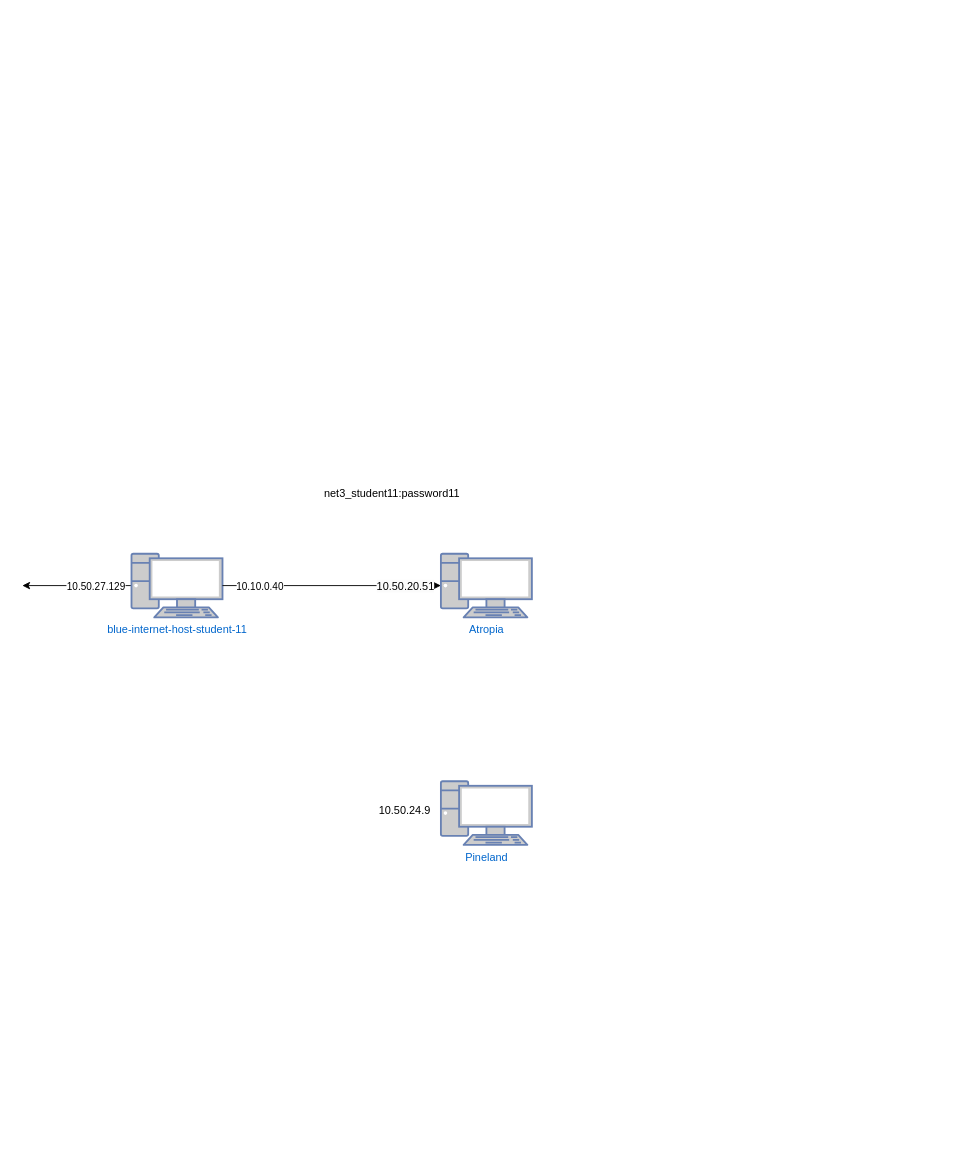
Above: CCTC/NET/Tunnels_Training.drawio in wifi96h/new (draw.io), before the change. Source tidied: cells renumbered, new cells numbered last; positions are measured from the earlier drawing's top-left corner, leaving out a move shared by most shapes. Both pictures are drawn from the tidied source at 91%, with x=0, y=0 at pixel (22, 480).
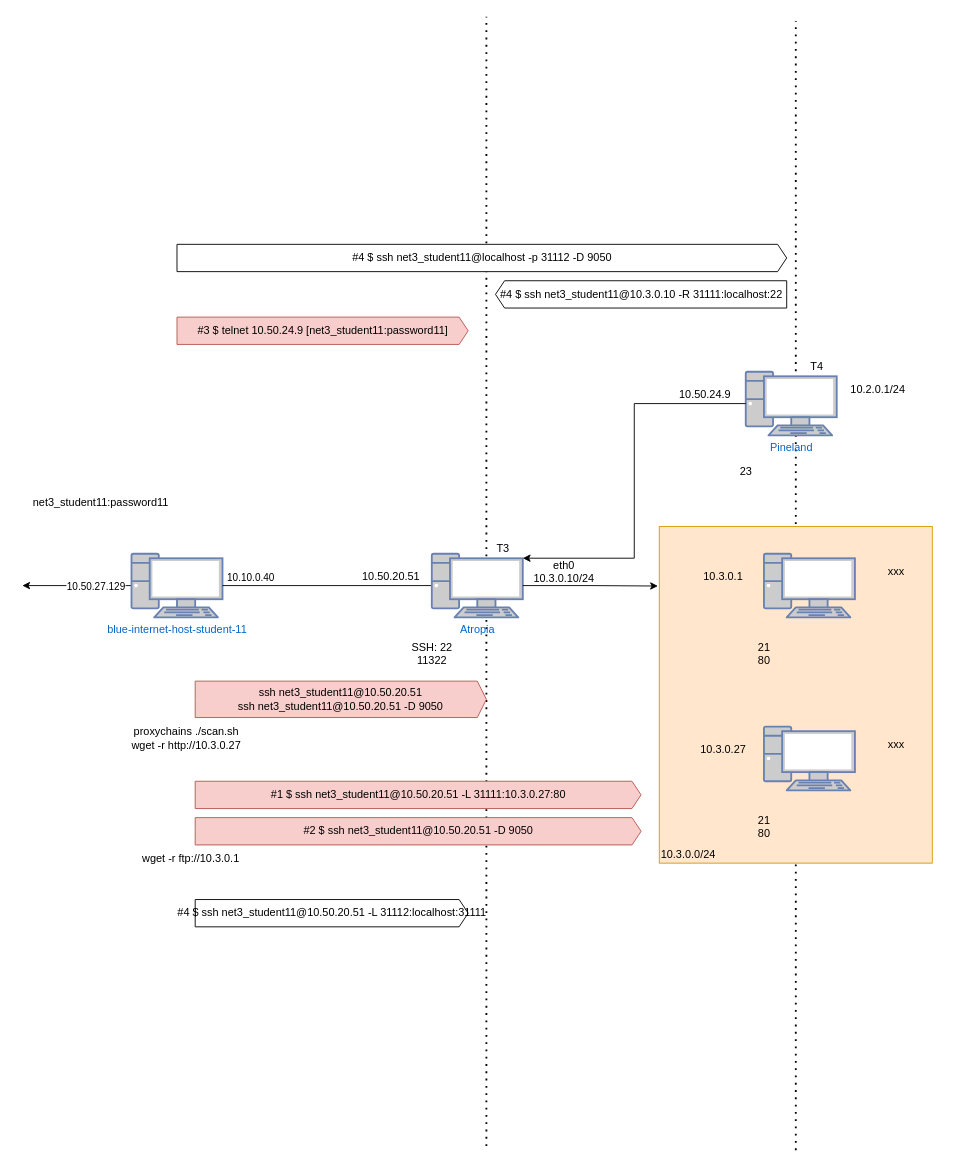
After the change.

The change refers to these unchanged cells:
```xml
<mxCell id="5" value="blue-internet-host-student-11" style="fontColor=#0066CC;verticalAlign=top;verticalLabelPosition=bottom;labelPosition=center;align=center;html=1;outlineConnect=0;fillColor=#CCCCCC;strokeColor=#6881B3;gradientColor=none;gradientDirection=north;strokeWidth=2;shape=mxgraph.networks.pc;" parent="1" vertex="1">
  <mxGeometry x="120" y="80" width="100" height="70" as="geometry" />
</mxCell>
```

Diff of the diagram source:
```diff
@@
-    <mxCell id="2" value="Atropia&lt;div&gt;&lt;br&gt;&lt;/div&gt;" style="fontColor=#0066CC;verticalAlign=top;verticalLabelPosition=bottom;labelPosition=center;align=center;html=1;outlineConnect=0;fillColor=#CCCCCC;strokeColor=#6881B3;gradientColor=none;gradientDirection=north;strokeWidth=2;shape=mxgraph.networks.pc;" parent="1" vertex="1">
-      <mxGeometry x="460" y="80" width="100" height="70" as="geometry" />
-    </mxCell>
+    <mxCell id="12" style="endArrow=none;dashed=1;html=1;dashPattern=1 3;strokeWidth=2;rounded=0;" parent="1" edge="1">
+      <mxGeometry relative="1" as="geometry">
+        <mxPoint x="850" y="735.4" as="sourcePoint" />
+        <mxPoint x="850" y="-505.4" as="targetPoint" />
+      </mxGeometry>
+    </mxCell>
+    <mxCell id="13" style="endArrow=none;dashed=1;html=1;dashPattern=1 3;strokeWidth=2;rounded=0;" parent="1" edge="1">
+      <mxGeometry relative="1" as="geometry">
+        <mxPoint x="510" y="730.8" as="sourcePoint" />
+        <mxPoint x="510" y="-510" as="targetPoint" />
+      </mxGeometry>
+    </mxCell>
+    <mxCell id="14" value="&#10;10.3.0.0/24" style="rounded=0;verticalAlign=bottom;align=left;fillColor=#ffe6cc;strokeColor=#d79b00;" parent="1" vertex="1">
+      <mxGeometry x="700" y="50" width="300" height="370" as="geometry" />
+    </mxCell>
@@
-    <mxCell id="6" style="edgeStyle=orthogonalEdgeStyle;rounded=0;jettySize=auto;html=1;exitX=1;exitY=0.5;exitDx=0;exitDy=0;exitPerimeter=0;entryX=0;entryY=0.5;entryDx=0;entryDy=0;entryPerimeter=0;" parent="1" edge="1" source="5" target="2">
+    <mxCell id="6" style="edgeStyle=orthogonalEdgeStyle;rounded=0;jettySize=auto;html=1;exitX=1;exitY=0.5;exitDx=0;exitDy=0;exitPerimeter=0;endArrow=none;endFill=0;" parent="1" edge="1" source="5" target="2">
       <mxGeometry relative="1" as="geometry" />
     </mxCell>
-    <mxCell id="7" value="&lt;span style=&quot;font-size: 12px; background-color: rgb(251, 251, 251);&quot;&gt;10.50.20.51&lt;/span&gt;" style="edgeLabel;html=1;align=center;verticalAlign=middle;" parent="6" vertex="1">
-      <mxGeometry x="0.81" relative="1" as="geometry">
-        <mxPoint x="-17" as="offset" />
-      </mxGeometry>
-    </mxCell>
     <mxCell id="8" value="10.10.0.40" style="edgeLabel;html=1;align=center;verticalAlign=middle;" parent="6" vertex="1">
       <mxGeometry x="-0.79" relative="1" as="geometry">
-        <mxPoint x="15" as="offset" />
+        <mxPoint x="6" y="-10" as="offset" />
       </mxGeometry>
     </mxCell>
     <mxCell id="9" value="net3_student11:password11" style="text;whiteSpace=wrap;" parent="1" vertex="1">
-      <mxGeometry x="330" width="170" height="40" as="geometry" />
+      <mxGeometry x="10" y="10" width="170" height="40" as="geometry" />
     </mxCell>
+    <mxCell id="15" value="ssh&amp;nbsp;&lt;span style=&quot;text-align: left; text-wrap: wrap;&quot;&gt;net3_student11@10.50.20.51&lt;/span&gt;&lt;div&gt;&lt;span style=&quot;text-align: left; text-wrap: wrap;&quot;&gt;ssh&amp;nbsp;&lt;/span&gt;&lt;span style=&quot;text-align: left; text-wrap: wrap; background-color: initial;&quot;&gt;net3_student11@10.50.20.51 -D 9050&lt;/span&gt;&lt;/div&gt;" style="html=1;shadow=0;dashed=0;align=center;verticalAlign=middle;shape=mxgraph.arrows2.arrow;dy=0;dx=10;notch=0;whiteSpace=wrap;fillColor=#f8cecc;strokeColor=#b85450;" parent="1" vertex="1">
+      <mxGeometry x="190" y="220" width="320" height="40" as="geometry" />
+    </mxCell>
+    <mxCell id="16" value="proxychains ./scan.sh&lt;div&gt;wget -r http://10.3.0.27&lt;br&gt;&lt;/div&gt;" style="text;html=1;align=center;verticalAlign=middle;strokeColor=none;fillColor=none;" parent="1" vertex="1">
+      <mxGeometry x="110" y="263" width="140" height="40" as="geometry" />
+    </mxCell>
+    <mxCell id="17" style="group;" parent="1" vertex="1">
+      <mxGeometry x="415" y="60" width="225" height="150" as="geometry" />
+    </mxCell>
+    <mxCell id="18" style="group;" parent="17" vertex="1">
+      <mxGeometry y="20" width="225" height="130" as="geometry" />
+    </mxCell>
+    <mxCell id="2" value="Atropia&lt;div&gt;&lt;br&gt;&lt;/div&gt;" style="fontColor=#0066CC;verticalAlign=top;verticalLabelPosition=bottom;labelPosition=center;align=center;html=1;outlineConnect=0;fillColor=#CCCCCC;strokeColor=#6881B3;gradientColor=none;gradientDirection=north;strokeWidth=2;shape=mxgraph.networks.pc;" parent="18" vertex="1">
+      <mxGeometry x="35" width="100" height="70" as="geometry" />
+    </mxCell>
+    <mxCell id="19" value="SSH: 22&lt;div&gt;11322&lt;/div&gt;" style="text;html=1;align=center;verticalAlign=middle;strokeColor=none;fillColor=none;" parent="18" vertex="1">
+      <mxGeometry y="90" width="70" height="40" as="geometry" />
+    </mxCell>
+    <mxCell id="20" value="eth0&lt;div&gt;10.3.0.10/24&lt;/div&gt;" style="text;html=1;align=center;verticalAlign=middle;strokeColor=none;fillColor=none;" parent="18" vertex="1">
+      <mxGeometry x="135" width="90" height="40" as="geometry" />
+    </mxCell>
+    <mxCell id="7" value="10.50.20.51" style="text;html=1;align=center;verticalAlign=middle;strokeColor=none;fillColor=none;" parent="18" vertex="1">
+      <mxGeometry x="-55" y="10" width="90" height="30" as="geometry" />
+    </mxCell>
+    <mxCell id="21" value="T3" style="text;html=1;align=center;verticalAlign=middle;strokeColor=none;fillColor=none;" parent="17" vertex="1">
+      <mxGeometry x="92.5" width="40" height="30" as="geometry" />
+    </mxCell>
+    <mxCell id="22" style="group;" parent="1" vertex="1">
+      <mxGeometry x="760" y="-140" width="225" height="150" as="geometry" />
+    </mxCell>
+    <mxCell id="23" style="group;" parent="22" vertex="1">
+      <mxGeometry y="20" width="225" height="130" as="geometry" />
+    </mxCell>
-    <mxCell id="10" value="Pineland" style="fontColor=#0066CC;verticalAlign=top;verticalLabelPosition=bottom;labelPosition=center;align=center;html=1;outlineConnect=0;fillColor=#CCCCCC;strokeColor=#6881B3;gradientColor=none;gradientDirection=north;strokeWidth=2;shape=mxgraph.networks.pc;" parent="1" vertex="1">
-      <mxGeometry x="460" y="330" width="100" height="70" as="geometry" />
+    <mxCell id="10" value="&lt;div&gt;Pineland&lt;/div&gt;" style="fontColor=#0066CC;verticalAlign=top;verticalLabelPosition=bottom;labelPosition=center;align=center;html=1;outlineConnect=0;fillColor=#CCCCCC;strokeColor=#6881B3;gradientColor=none;gradientDirection=north;strokeWidth=2;shape=mxgraph.networks.pc;" parent="23" vertex="1">
+      <mxGeometry x="35" width="100" height="70" as="geometry" />
     </mxCell>
+    <mxCell id="24" value="23" style="text;html=1;align=center;verticalAlign=middle;strokeColor=none;fillColor=none;" parent="23" vertex="1">
+      <mxGeometry x="15" y="95" width="40" height="30" as="geometry" />
+    </mxCell>
+    <mxCell id="25" value="10.2.0.1/24" style="text;html=1;align=center;verticalAlign=middle;strokeColor=none;fillColor=none;" parent="23" vertex="1">
+      <mxGeometry x="140" y="5" width="80" height="30" as="geometry" />
+    </mxCell>
-    <mxCell id="11" value="10.50.24.9" style="text;html=1;align=center;verticalAlign=middle;strokeColor=none;fillColor=none;" parent="1" vertex="1">
-      <mxGeometry x="380" y="348" width="80" height="30" as="geometry" />
+    <mxCell id="11" value="10.50.24.9" style="text;html=1;align=center;verticalAlign=middle;strokeColor=none;fillColor=none;" parent="23" vertex="1">
+      <mxGeometry x="-50" y="10" width="80" height="30" as="geometry" />
     </mxCell>
+    <mxCell id="26" value="T4" style="text;html=1;align=center;verticalAlign=middle;strokeColor=none;fillColor=none;" parent="22" vertex="1">
+      <mxGeometry x="92.5" width="40" height="30" as="geometry" />
+    </mxCell>
+    <mxCell id="27" style="group;" parent="1" vertex="1">
+      <mxGeometry x="780" y="60" width="225" height="150" as="geometry" />
+    </mxCell>
+    <mxCell id="28" style="group;" parent="27" vertex="1">
+      <mxGeometry y="20" width="225" height="130" as="geometry" />
+    </mxCell>
+    <mxCell id="29" style="fontColor=#0066CC;verticalAlign=top;verticalLabelPosition=bottom;labelPosition=center;align=center;html=1;fillColor=#CCCCCC;strokeColor=#6881B3;gradientColor=none;gradientDirection=north;strokeWidth=2;shape=mxgraph.networks.pc;" parent="28" vertex="1">
+      <mxGeometry x="35" width="100" height="70" as="geometry" />
+    </mxCell>
+    <mxCell id="30" value="21&lt;div&gt;80&lt;/div&gt;" style="text;html=1;align=center;verticalAlign=middle;strokeColor=none;fillColor=none;" parent="28" vertex="1">
+      <mxGeometry x="15" y="90" width="40" height="40" as="geometry" />
+    </mxCell>
+    <mxCell id="31" value="xxx" style="text;html=1;align=center;verticalAlign=middle;strokeColor=none;fillColor=none;" parent="28" vertex="1">
+      <mxGeometry x="160" y="5" width="40" height="30" as="geometry" />
+    </mxCell>
+    <mxCell id="32" value="10.3.0.1" style="text;html=1;align=center;verticalAlign=middle;strokeColor=none;fillColor=none;" parent="28" vertex="1">
+      <mxGeometry x="-45" y="10" width="70" height="30" as="geometry" />
+    </mxCell>
+    <mxCell id="33" style="group;" parent="1" vertex="1">
+      <mxGeometry x="780" y="250" width="225" height="150" as="geometry" />
+    </mxCell>
+    <mxCell id="34" style="group;" parent="33" vertex="1">
+      <mxGeometry y="20" width="225" height="130" as="geometry" />
+    </mxCell>
+    <mxCell id="35" style="fontColor=#0066CC;verticalAlign=top;verticalLabelPosition=bottom;labelPosition=center;align=center;html=1;fillColor=#CCCCCC;strokeColor=#6881B3;gradientColor=none;gradientDirection=north;strokeWidth=2;shape=mxgraph.networks.pc;" parent="34" vertex="1">
+      <mxGeometry x="35" width="100" height="70" as="geometry" />
+    </mxCell>
+    <mxCell id="36" value="21&lt;div&gt;80&lt;/div&gt;" style="text;html=1;align=center;verticalAlign=middle;strokeColor=none;fillColor=none;" parent="34" vertex="1">
+      <mxGeometry x="15" y="90" width="40" height="40" as="geometry" />
+    </mxCell>
+    <mxCell id="37" value="xxx" style="text;html=1;align=center;verticalAlign=middle;strokeColor=none;fillColor=none;" parent="34" vertex="1">
+      <mxGeometry x="160" y="5" width="40" height="30" as="geometry" />
+    </mxCell>
+    <mxCell id="38" value="10.3.0.27" style="text;html=1;align=center;verticalAlign=middle;strokeColor=none;fillColor=none;" parent="34" vertex="1">
+      <mxGeometry x="-45" y="10" width="70" height="30" as="geometry" />
+    </mxCell>
+    <mxCell id="39" style="edgeStyle=orthogonalEdgeStyle;rounded=0;jettySize=auto;html=1;exitX=1;exitY=0.5;exitDx=0;exitDy=0;exitPerimeter=0;entryX=-0.005;entryY=0.177;entryDx=0;entryDy=0;entryPerimeter=0;" parent="1" edge="1" source="2" target="14">
+      <mxGeometry relative="1" as="geometry" />
+    </mxCell>
+    <mxCell id="40" value="#1 $ ssh net3_student11@10.50.20.51 -L 31111:10.3.0.27:80" style="html=1;shadow=0;dashed=0;align=center;verticalAlign=middle;shape=mxgraph.arrows2.arrow;dy=0;dx=10;notch=0;fillColor=#f8cecc;strokeColor=#b85450;" parent="1" vertex="1">
+      <mxGeometry x="190" y="330" width="490" height="30" as="geometry" />
+    </mxCell>
+    <mxCell id="41" value="#2 $ ssh net3_student11@10.50.20.51 -D 9050" style="html=1;shadow=0;dashed=0;align=center;verticalAlign=middle;shape=mxgraph.arrows2.arrow;dy=0;dx=10;notch=0;fillColor=#f8cecc;strokeColor=#b85450;" parent="1" vertex="1">
+      <mxGeometry x="190" y="370" width="490" height="30" as="geometry" />
+    </mxCell>
+    <mxCell id="42" value="wget -r ftp://10.3.0.1" style="text;html=1;align=center;verticalAlign=middle;strokeColor=none;fillColor=none;" parent="1" vertex="1">
+      <mxGeometry x="120" y="400" width="130" height="30" as="geometry" />
+    </mxCell>
+    <mxCell id="43" value="#3 $ telnet 10.50.24.9 [&lt;span style=&quot;text-align: left; text-wrap: wrap;&quot;&gt;net3_student11:password11]&lt;/span&gt;" style="html=1;shadow=0;dashed=0;align=center;verticalAlign=middle;shape=mxgraph.arrows2.arrow;dy=0;dx=10;notch=0;fillColor=#f8cecc;strokeColor=#b85450;" parent="1" vertex="1">
+      <mxGeometry x="170" y="-180" width="320" height="30" as="geometry" />
+    </mxCell>
+    <mxCell id="44" style="edgeStyle=orthogonalEdgeStyle;rounded=0;jettySize=auto;html=1;exitX=0;exitY=0.5;exitDx=0;exitDy=0;exitPerimeter=0;entryX=1;entryY=0.07;entryDx=0;entryDy=0;entryPerimeter=0;" parent="1" edge="1" source="10" target="2">
+      <mxGeometry relative="1" as="geometry" />
+    </mxCell>
+    <mxCell id="45" value="#4 $ ssh net3_student11@10.3.0.10 -R 31111:localhost:22" style="html=1;shadow=0;dashed=0;align=center;verticalAlign=middle;shape=mxgraph.arrows2.arrow;dy=0;dx=10;notch=0;flipH=1;" parent="1" vertex="1">
+      <mxGeometry x="520" y="-220" width="320" height="30" as="geometry" />
+    </mxCell>
+    <mxCell id="46" value="#4 $ ssh net3_student11@10.50.20.51 -L 31112:localhost:31111" style="html=1;shadow=0;dashed=0;align=center;verticalAlign=middle;shape=mxgraph.arrows2.arrow;dy=0;dx=10;notch=0;" parent="1" vertex="1">
+      <mxGeometry x="190" y="460" width="300" height="30" as="geometry" />
+    </mxCell>
+    <mxCell id="47" value="#4 $ ssh net3_student11@localhost -p 31112 -D 9050" style="html=1;shadow=0;dashed=0;align=center;verticalAlign=middle;shape=mxgraph.arrows2.arrow;dy=0;dx=10;notch=0;" parent="1" vertex="1">
+      <mxGeometry x="170" y="-260" width="670" height="30" as="geometry" />
+    </mxCell>
```
